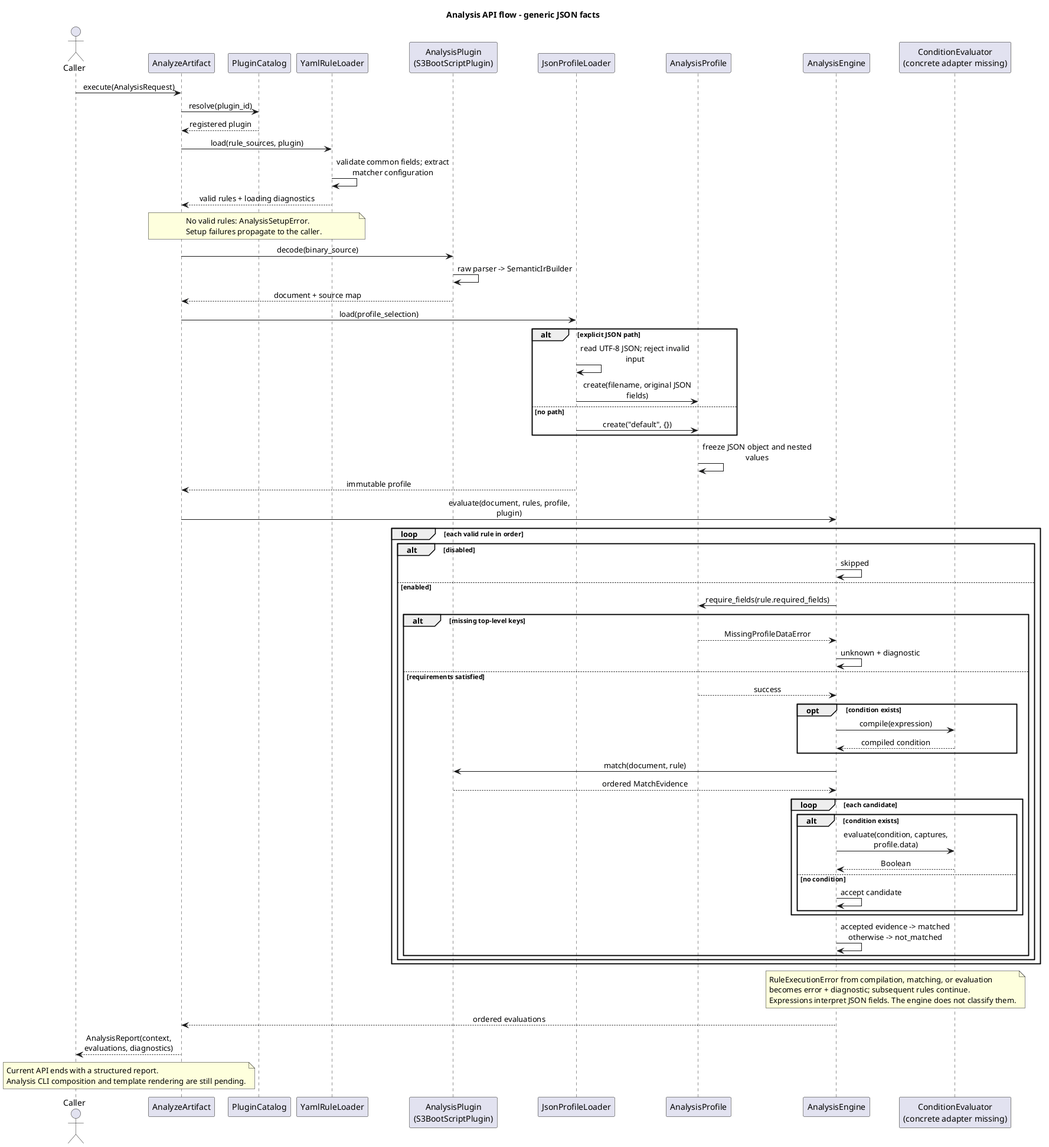
Earlier version of the PlantUML export docs/diagrams/core_engine_dynamic.png (AguTrachta/s3bootscript-analyzer). Its diagram source:
```plantuml
@startuml
title Analysis API flow - generic JSON facts
skinparam shadowing false
skinparam sequenceMessageAlign center
skinparam maxMessageSize 220
actor Caller
participant AnalyzeArtifact as App
participant PluginCatalog as Catalog
participant YamlRuleLoader as Rules
participant "AnalysisPlugin\n(S3BootScriptPlugin)" as Plugin
participant JsonProfileLoader as Loader
participant AnalysisProfile as Profile
participant AnalysisEngine as Engine
participant "ConditionEvaluator\n(concrete adapter missing)" as Conditions

Caller -> App: execute(AnalysisRequest)
App -> Catalog: resolve(plugin_id)
Catalog --> App: registered plugin
App -> Rules: load(rule_sources, plugin)
Rules -> Rules: validate common fields; extract matcher configuration
Rules --> App: valid rules + loading diagnostics
note over App, Rules
  No valid rules: AnalysisSetupError.
  Setup failures propagate to the caller.
end note

App -> Plugin: decode(binary_source)
Plugin -> Plugin: raw parser -> SemanticIrBuilder
Plugin --> App: document + source map
App -> Loader: load(profile_selection)
alt explicit JSON path
  Loader -> Loader: read UTF-8 JSON; reject invalid input
  Loader -> Profile: create(filename, original JSON fields)
else no path
  Loader -> Profile: create("default", {})
end
Profile -> Profile: freeze JSON object and nested values
Loader --> App: immutable profile

App -> Engine: evaluate(document, rules, profile, plugin)
loop each valid rule in order
  alt disabled
    Engine -> Engine: skipped
  else enabled
    Engine -> Profile: require_fields(rule.required_fields)
    alt missing top-level keys
      Profile --> Engine: MissingProfileDataError
      Engine -> Engine: unknown + diagnostic
    else requirements satisfied
      Profile --> Engine: success
      opt condition exists
        Engine -> Conditions: compile(expression)
        Conditions --> Engine: compiled condition
      end
      Engine -> Plugin: match(document, rule)
      Plugin --> Engine: ordered MatchEvidence
      loop each candidate
        alt condition exists
          Engine -> Conditions: evaluate(condition, captures, profile.data)
          Conditions --> Engine: Boolean
        else no condition
          Engine -> Engine: accept candidate
        end
      end
      Engine -> Engine: accepted evidence -> matched\notherwise -> not_matched
    end
  end
end
note over Engine, Conditions
  RuleExecutionError from compilation, matching, or evaluation
  becomes error + diagnostic; subsequent rules continue.
  Expressions interpret JSON fields. The engine does not classify them.
end note
Engine --> App: ordered evaluations
App --> Caller: AnalysisReport(context, evaluations, diagnostics)
note over Caller, App
  Current API ends with a structured report.
  Analysis CLI composition and template rendering are still pending.
end note
@enduml
```
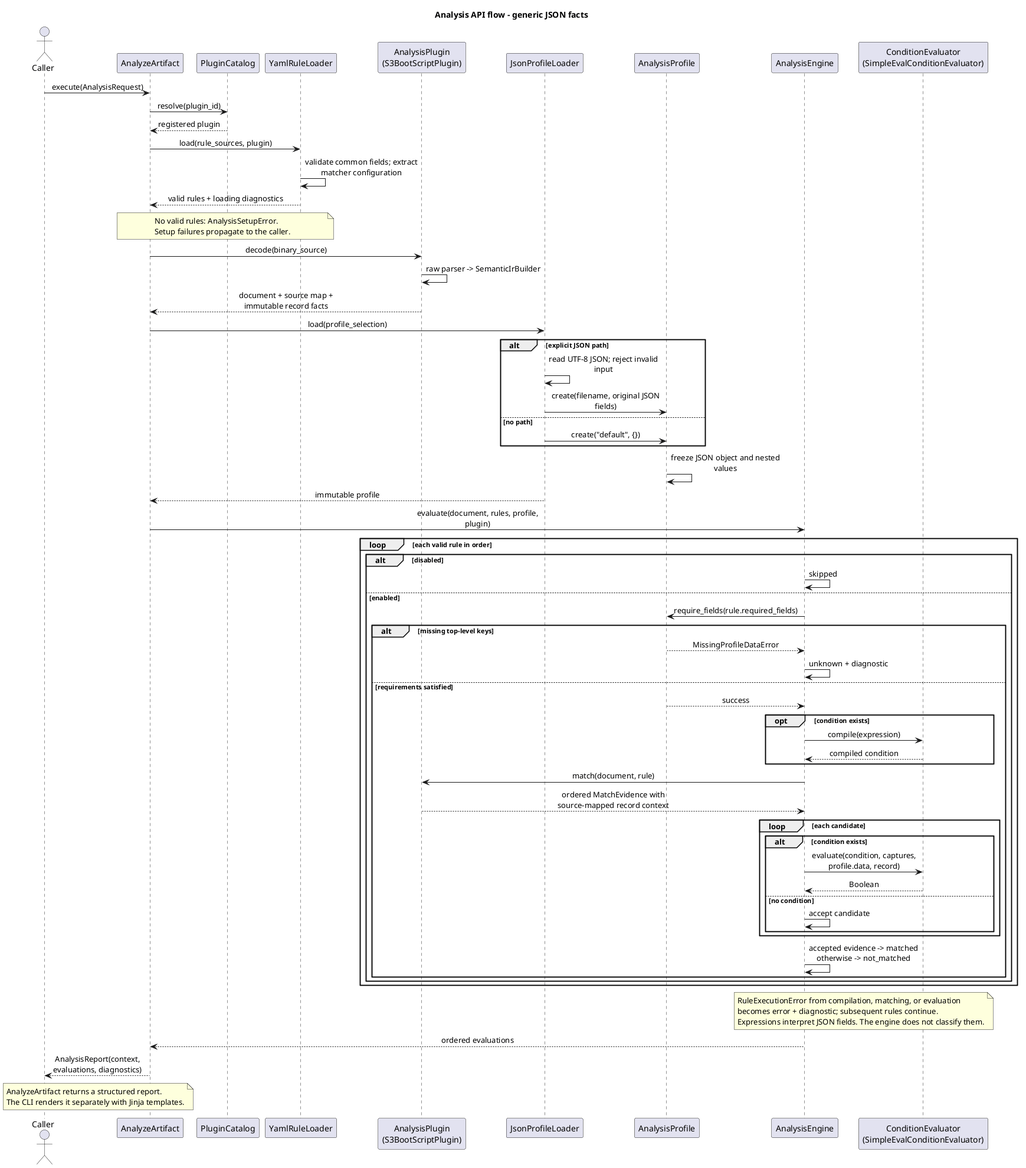
The same file after the commit.

Commit message:
docs: updated diagrams and markdowns documentation, added a RULES-CONTRIBUTING.md for understading how to build a S3 rule

Diff of the diagram source:
```diff
@@ -11,7 +11,7 @@
 participant JsonProfileLoader as Loader
 participant AnalysisProfile as Profile
 participant AnalysisEngine as Engine
-participant "ConditionEvaluator\n(concrete adapter missing)" as Conditions
+participant "ConditionEvaluator\n(SimpleEvalConditionEvaluator)" as Conditions
 
 Caller -> App: execute(AnalysisRequest)
 App -> Catalog: resolve(plugin_id)
@@ -26,7 +26,7 @@
 
 App -> Plugin: decode(binary_source)
 Plugin -> Plugin: raw parser -> SemanticIrBuilder
-Plugin --> App: document + source map
+Plugin --> App: document + source map + immutable record facts
 App -> Loader: load(profile_selection)
 alt explicit JSON path
   Loader -> Loader: read UTF-8 JSON; reject invalid input
@@ -53,10 +53,10 @@
         Conditions --> Engine: compiled condition
       end
       Engine -> Plugin: match(document, rule)
-      Plugin --> Engine: ordered MatchEvidence
+      Plugin --> Engine: ordered MatchEvidence with source-mapped record context
       loop each candidate
         alt condition exists
-          Engine -> Conditions: evaluate(condition, captures, profile.data)
+          Engine -> Conditions: evaluate(condition, captures, profile.data, record)
           Conditions --> Engine: Boolean
         else no condition
           Engine -> Engine: accept candidate
@@ -74,7 +74,7 @@
 Engine --> App: ordered evaluations
 App --> Caller: AnalysisReport(context, evaluations, diagnostics)
 note over Caller, App
-  Current API ends with a structured report.
-  Analysis CLI composition and template rendering are still pending.
+  AnalyzeArtifact returns a structured report.
+  The CLI renders it separately with Jinja templates.
 end note
 @enduml
```
